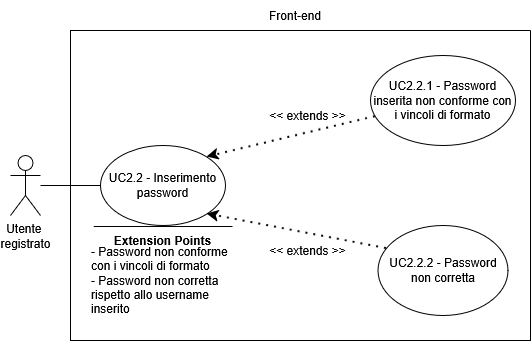
SkarabGroup/DocumentazioneProgetto keeps this draw.io diagram as assets/diagrams/UC2_2.png. Above is the earlier version. Source tidied: cells renumbered, new cells last; positions are measured from the earlier drawing's top-left corner, leaving out a move shared by most shapes.
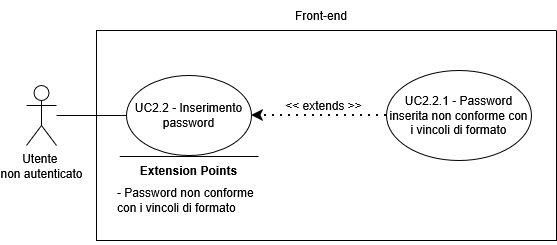
After the commit.

Diff of the diagram source:
```diff
@@ -2,44 +2,35 @@
   <root>
     <mxCell id="0" />
     <mxCell id="1" parent="0" />
-    <mxCell id="2" value="&lt;div&gt;Utente&amp;nbsp;&lt;/div&gt;&lt;div&gt;registrato&lt;/div&gt;" style="shape=umlActor;verticalLabelPosition=bottom;verticalAlign=top;html=1;outlineConnect=0;" parent="1" vertex="1">
-      <mxGeometry y="155" width="30" height="60" as="geometry" />
+    <mxCell id="2" value="&lt;div&gt;Utente&amp;nbsp;&lt;/div&gt;&lt;div&gt;non autenticato&lt;/div&gt;" style="shape=umlActor;verticalLabelPosition=bottom;verticalAlign=top;html=1;outlineConnect=0;" parent="1" vertex="1">
+      <mxGeometry x="-10" y="85" width="30" height="60" as="geometry" />
     </mxCell>
     <mxCell id="3" style="swimlane;startSize=0;" parent="1" vertex="1">
-      <mxGeometry x="60" y="30" width="460" height="310" as="geometry" />
+      <mxGeometry x="60" y="30" width="460" height="210" as="geometry" />
     </mxCell>
     <mxCell id="4" value="&lt;div&gt;UC2.2 - Inserimento password&lt;/div&gt;" style="ellipse;whiteSpace=wrap;html=1;" parent="3" vertex="1">
-      <mxGeometry x="30" y="115" width="125" height="80" as="geometry" />
+      <mxGeometry x="30" y="45" width="125" height="80" as="geometry" />
     </mxCell>
     <mxCell id="5" value="UC2.2.1 - Password inserita non conforme con i vincoli di formato" style="ellipse;whiteSpace=wrap;html=1;" parent="3" vertex="1">
-      <mxGeometry x="300" y="25" width="145" height="90" as="geometry" />
+      <mxGeometry x="290" y="40" width="145" height="90" as="geometry" />
     </mxCell>
-    <mxCell id="6" style="endArrow=classic;dashed=1;html=1;dashPattern=1 3;strokeWidth=2;rounded=0;entryX=1;entryY=0;entryDx=0;entryDy=0;strokeColor=default;curved=0;endFill=1;endSize=6;" parent="3" edge="1" source="5" target="4">
+    <mxCell id="6" style="endArrow=classic;dashed=1;html=1;dashPattern=1 3;strokeWidth=2;rounded=0;entryX=1;entryY=0.5;entryDx=0;entryDy=0;strokeColor=default;curved=0;endFill=1;endSize=6;" parent="3" edge="1" source="5" target="4">
       <mxGeometry relative="1" as="geometry" />
     </mxCell>
     <mxCell id="7" value="&lt;div&gt;&amp;lt;&amp;lt; extends &amp;gt;&amp;gt;&lt;/div&gt;" style="text;html=1;whiteSpace=wrap;strokeColor=none;fillColor=none;align=center;verticalAlign=middle;rounded=0;" parent="3" vertex="1">
-      <mxGeometry x="190" y="70" width="95" height="30" as="geometry" />
+      <mxGeometry x="180" y="60" width="95" height="30" as="geometry" />
     </mxCell>
-    <mxCell id="8" value="UC2.2.2 - Password non corretta" style="ellipse;whiteSpace=wrap;html=1;" parent="3" vertex="1">
-      <mxGeometry x="307.5" y="195" width="130" height="90" as="geometry" />
-    </mxCell>
-    <mxCell id="9" style="endArrow=classic;dashed=1;html=1;dashPattern=1 3;strokeWidth=2;rounded=0;entryX=1;entryY=1;entryDx=0;entryDy=0;exitX=0.065;exitY=0.256;exitDx=0;exitDy=0;strokeColor=default;curved=0;endFill=1;endSize=6;exitPerimeter=0;" parent="3" edge="1" source="8" target="4">
-      <mxGeometry relative="1" as="geometry" />
-    </mxCell>
-    <mxCell id="10" value="&amp;lt;&amp;lt; extends &amp;gt;&amp;gt;" style="text;html=1;whiteSpace=wrap;strokeColor=none;fillColor=none;align=center;verticalAlign=middle;rounded=0;" parent="3" vertex="1">
-      <mxGeometry x="190" y="205" width="95" height="30" as="geometry" />
-    </mxCell>
     <mxCell id="11" style="endArrow=none;html=1;rounded=0;" parent="3" edge="1">
       <mxGeometry relative="1" as="geometry">
-        <mxPoint x="162" y="196" as="sourcePoint" />
-        <mxPoint x="23.2" y="196" as="targetPoint" />
+        <mxPoint x="162" y="126" as="sourcePoint" />
+        <mxPoint x="23.2" y="126" as="targetPoint" />
       </mxGeometry>
     </mxCell>
     <mxCell id="12" value="&lt;b&gt;Extension Points&lt;/b&gt;" style="text;html=1;whiteSpace=wrap;strokeColor=none;fillColor=none;align=center;verticalAlign=middle;rounded=0;strokeWidth=5;" parent="3" vertex="1">
-      <mxGeometry x="35" y="195" width="115" height="30" as="geometry" />
+      <mxGeometry x="35" y="125" width="115" height="30" as="geometry" />
     </mxCell>
-    <mxCell id="13" value="&lt;div align=&quot;left&quot;&gt;- Password non conforme con i vincoli di formato&lt;/div&gt;&lt;div align=&quot;left&quot;&gt;- Password non corretta rispetto allo username inserito&lt;/div&gt;" style="text;html=1;whiteSpace=wrap;strokeColor=none;fillColor=none;align=left;verticalAlign=middle;rounded=0;" parent="3" vertex="1">
-      <mxGeometry x="19" y="205" width="147" height="90" as="geometry" />
+    <mxCell id="13" value="&lt;div align=&quot;left&quot;&gt;- Password non conforme con i vincoli di formato&lt;/div&gt;" style="text;html=1;whiteSpace=wrap;strokeColor=none;fillColor=none;align=left;verticalAlign=middle;rounded=0;" parent="3" vertex="1">
+      <mxGeometry x="19" y="125" width="147" height="90" as="geometry" />
     </mxCell>
     <mxCell id="14" style="endArrow=none;html=1;rounded=0;entryX=0;entryY=0.5;entryDx=0;entryDy=0;" parent="1" edge="1" source="2" target="4">
       <mxGeometry relative="1" as="geometry" />
```
